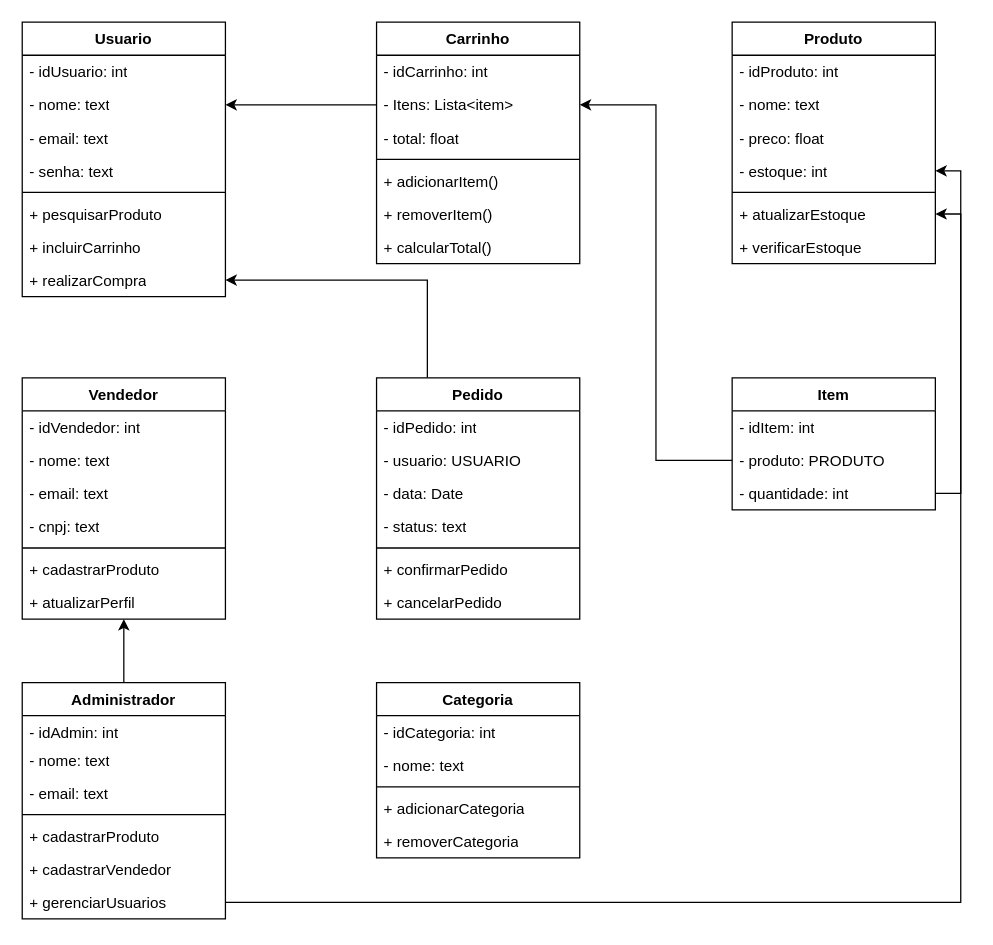
The draw.io diagram ESS_Ativ2.drawio in Leopoldofca/Unyleya_1Sem, before the edit. Source tidied: cells renumbered, new cells numbered last; positions are measured from the earlier drawing's top-left corner, leaving out a move shared by most shapes. Both pictures are drawn from the tidied source at 127%, with x=0, y=0 at pixel (22, 22).
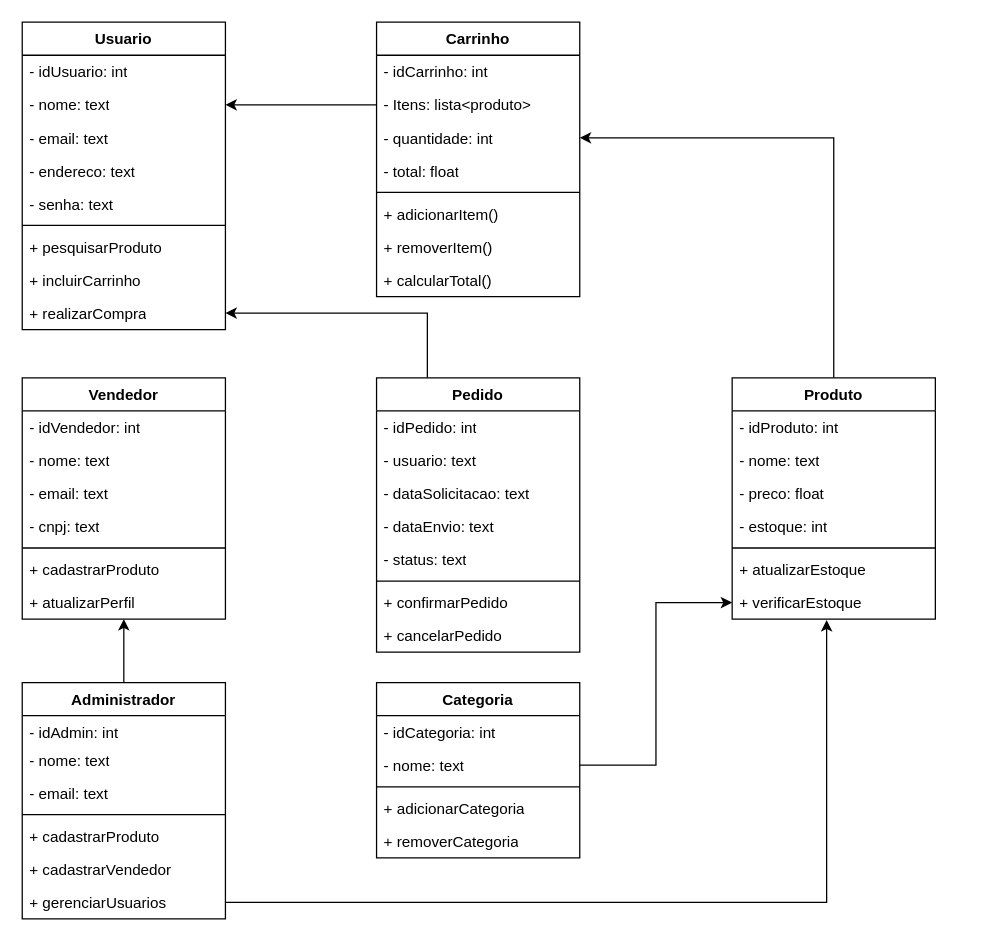
The same diagram, later.

Unchanged cells that the change refers to:
```xml
<mxCell id="23" value="- estoque: int" style="text;strokeColor=none;fillColor=none;align=left;verticalAlign=top;spacingLeft=4;spacingRight=4;overflow=hidden;points=[[0,0.5],[1,0.5]];portConstraint=eastwest;whiteSpace=wrap;html=1;" parent="19" vertex="1">
  <mxGeometry y="104" width="160" height="26" as="geometry" />
</mxCell>
<mxCell id="25" value="+ atualizarEstoque" style="text;strokeColor=none;fillColor=none;align=left;verticalAlign=top;spacingLeft=4;spacingRight=4;overflow=hidden;points=[[0,0.5],[1,0.5]];portConstraint=eastwest;whiteSpace=wrap;html=1;" parent="19" vertex="1">
  <mxGeometry y="138" width="160" height="26" as="geometry" />
</mxCell>
<mxCell id="26" value="+ verificarEstoque" style="text;strokeColor=none;fillColor=none;align=left;verticalAlign=top;spacingLeft=4;spacingRight=4;overflow=hidden;points=[[0,0.5],[1,0.5]];portConstraint=eastwest;whiteSpace=wrap;html=1;" parent="19" vertex="1">
  <mxGeometry y="164" width="160" height="26" as="geometry" />
</mxCell>
<mxCell id="56" value="+ gerenciarUsuarios" style="text;strokeColor=none;fillColor=none;align=left;verticalAlign=top;spacingLeft=4;spacingRight=4;overflow=hidden;points=[[0,0.5],[1,0.5]];portConstraint=eastwest;whiteSpace=wrap;html=1;" parent="49" vertex="1">
  <mxGeometry y="160" width="160" height="26" as="geometry" />
</mxCell>
<mxCell id="59" value="- nome: text" style="text;strokeColor=none;fillColor=none;align=left;verticalAlign=top;spacingLeft=4;spacingRight=4;overflow=hidden;points=[[0,0.5],[1,0.5]];portConstraint=eastwest;whiteSpace=wrap;html=1;" parent="57" vertex="1">
  <mxGeometry y="52" width="160" height="26" as="geometry" />
</mxCell>
```

The edit, as a diff of the source:
```diff
@@
     <mxCell id="2" value="Usuario" style="swimlane;fontStyle=1;align=center;verticalAlign=top;horizontal=1;startSize=26;whiteSpace=wrap;html=1;" parent="1" vertex="1">
-      <mxGeometry width="160" height="216" as="geometry" />
+      <mxGeometry width="160" height="242" as="geometry" />
     </mxCell>
@@
+    <mxCell id="67" value="- email: text" style="text;strokeColor=none;fillColor=none;align=left;verticalAlign=top;spacingLeft=4;spacingRight=4;overflow=hidden;whiteSpace=wrap;html=1;" parent="2" vertex="1">
+      <mxGeometry y="78" width="160" height="26" as="geometry" />
+    </mxCell>
-    <mxCell id="5" value="- email: text" style="text;strokeColor=none;fillColor=none;align=left;verticalAlign=top;spacingLeft=4;spacingRight=4;overflow=hidden;whiteSpace=wrap;html=1;" parent="2" vertex="1">
-      <mxGeometry y="78" width="160" height="26" as="geometry" />
+    <mxCell id="5" value="- endereco: text" style="text;strokeColor=none;fillColor=none;align=left;verticalAlign=top;spacingLeft=4;spacingRight=4;overflow=hidden;whiteSpace=wrap;html=1;" parent="2" vertex="1">
+      <mxGeometry y="104" width="160" height="26" as="geometry" />
     </mxCell>
     <mxCell id="6" value="- senha: text" style="text;strokeColor=none;fillColor=none;align=left;verticalAlign=top;spacingLeft=4;spacingRight=4;overflow=hidden;whiteSpace=wrap;html=1;" parent="2" vertex="1">
-      <mxGeometry y="104" width="160" height="26" as="geometry" />
+      <mxGeometry y="130" width="160" height="26" as="geometry" />
     </mxCell>
     <mxCell id="7" style="line;strokeWidth=1;fillColor=none;align=left;verticalAlign=middle;spacingTop=-1;spacingLeft=3;spacingRight=3;labelPosition=right;strokeColor=inherit;" parent="2" vertex="1">
-      <mxGeometry y="130" width="160" height="8" as="geometry" />
+      <mxGeometry y="156" width="160" height="8" as="geometry" />
     </mxCell>
     <mxCell id="8" value="+ pesquisarProduto" style="text;strokeColor=none;fillColor=none;align=left;verticalAlign=top;spacingLeft=4;spacingRight=4;overflow=hidden;whiteSpace=wrap;html=1;" parent="2" vertex="1">
-      <mxGeometry y="138" width="160" height="26" as="geometry" />
+      <mxGeometry y="164" width="160" height="26" as="geometry" />
     </mxCell>
     <mxCell id="9" value="+ incluirCarrinho" style="text;strokeColor=none;fillColor=none;align=left;verticalAlign=top;spacingLeft=4;spacingRight=4;overflow=hidden;whiteSpace=wrap;html=1;" parent="2" vertex="1">
-      <mxGeometry y="164" width="160" height="26" as="geometry" />
+      <mxGeometry y="190" width="160" height="26" as="geometry" />
     </mxCell>
     <mxCell id="10" value="+ realizarCompra" style="text;strokeColor=none;fillColor=none;align=left;verticalAlign=top;spacingLeft=4;spacingRight=4;overflow=hidden;points=[[0,0.5],[1,0.5]];portConstraint=eastwest;whiteSpace=wrap;html=1;" parent="2" vertex="1">
-      <mxGeometry y="190" width="160" height="26" as="geometry" />
+      <mxGeometry y="216" width="160" height="26" as="geometry" />
     </mxCell>
     <mxCell id="11" value="Carrinho" style="swimlane;fontStyle=1;align=center;verticalAlign=top;horizontal=1;startSize=26;whiteSpace=wrap;html=1;" parent="1" vertex="1">
-      <mxGeometry x="279" width="160" height="190" as="geometry" />
+      <mxGeometry x="279" width="160" height="216" as="geometry" />
     </mxCell>
@@
-    <mxCell id="13" value="- Itens: Lista&amp;lt;item&amp;gt;" style="text;strokeColor=none;fillColor=none;align=left;verticalAlign=top;spacingLeft=4;spacingRight=4;overflow=hidden;points=[[0,0.5],[1,0.5]];portConstraint=eastwest;whiteSpace=wrap;html=1;" parent="11" vertex="1">
+    <mxCell id="13" value="- Itens: lista&amp;lt;produto&amp;gt;" style="text;strokeColor=none;fillColor=none;align=left;verticalAlign=top;spacingLeft=4;spacingRight=4;overflow=hidden;points=[[0,0.5],[1,0.5]];portConstraint=eastwest;whiteSpace=wrap;html=1;" parent="11" vertex="1">
       <mxGeometry y="52" width="160" height="26" as="geometry" />
     </mxCell>
+    <mxCell id="38" value="- quantidade: int" style="text;strokeColor=none;fillColor=none;align=left;verticalAlign=top;spacingLeft=4;spacingRight=4;overflow=hidden;points=[[0,0.5],[1,0.5]];portConstraint=eastwest;whiteSpace=wrap;html=1;" parent="11" vertex="1">
+      <mxGeometry y="78" width="160" height="26" as="geometry" />
+    </mxCell>
     <mxCell id="14" value="- total: float" style="text;strokeColor=none;fillColor=none;align=left;verticalAlign=top;spacingLeft=4;spacingRight=4;overflow=hidden;whiteSpace=wrap;html=1;" parent="11" vertex="1">
-      <mxGeometry y="78" width="160" height="26" as="geometry" />
+      <mxGeometry y="104" width="160" height="26" as="geometry" />
     </mxCell>
     <mxCell id="15" style="line;strokeWidth=1;fillColor=none;align=left;verticalAlign=middle;spacingTop=-1;spacingLeft=3;spacingRight=3;labelPosition=right;strokeColor=inherit;" parent="11" vertex="1">
-      <mxGeometry y="104" width="160" height="8" as="geometry" />
+      <mxGeometry y="130" width="160" height="8" as="geometry" />
     </mxCell>
     <mxCell id="16" value="+ adicionarItem()" style="text;strokeColor=none;fillColor=none;align=left;verticalAlign=top;spacingLeft=4;spacingRight=4;overflow=hidden;whiteSpace=wrap;html=1;" parent="11" vertex="1">
-      <mxGeometry y="112" width="160" height="26" as="geometry" />
+      <mxGeometry y="138" width="160" height="26" as="geometry" />
     </mxCell>
     <mxCell id="17" value="+ removerItem()" style="text;strokeColor=none;fillColor=none;align=left;verticalAlign=top;spacingLeft=4;spacingRight=4;overflow=hidden;whiteSpace=wrap;html=1;" parent="11" vertex="1">
-      <mxGeometry y="138" width="160" height="26" as="geometry" />
+      <mxGeometry y="164" width="160" height="26" as="geometry" />
     </mxCell>
     <mxCell id="18" value="+ calcularTotal()" style="text;strokeColor=none;fillColor=none;align=left;verticalAlign=top;spacingLeft=4;spacingRight=4;overflow=hidden;whiteSpace=wrap;html=1;" parent="11" vertex="1">
-      <mxGeometry y="164" width="160" height="26" as="geometry" />
+      <mxGeometry y="190" width="160" height="26" as="geometry" />
     </mxCell>
     <mxCell id="19" value="Produto" style="swimlane;fontStyle=1;align=center;verticalAlign=top;horizontal=1;startSize=26;whiteSpace=wrap;html=1;" parent="1" vertex="1">
-      <mxGeometry x="559" width="160" height="190" as="geometry" />
+      <mxGeometry x="559" y="280" width="160" height="190" as="geometry" />
     </mxCell>
@@
-    <mxCell id="35" value="Item" style="swimlane;fontStyle=1;align=center;verticalAlign=top;horizontal=1;startSize=26;whiteSpace=wrap;html=1;" parent="1" vertex="1">
-      <mxGeometry x="559" y="280" width="160" height="104" as="geometry" />
-    </mxCell>
-    <mxCell id="36" value="- idItem: int" style="text;strokeColor=none;fillColor=none;align=left;verticalAlign=top;spacingLeft=4;spacingRight=4;overflow=hidden;whiteSpace=wrap;html=1;" parent="35" vertex="1">
-      <mxGeometry y="26" width="160" height="26" as="geometry" />
-    </mxCell>
-    <mxCell id="37" value="- produto: PRODUTO" style="text;strokeColor=none;fillColor=none;align=left;verticalAlign=top;spacingLeft=4;spacingRight=4;overflow=hidden;points=[[0,0.5],[1,0.5]];portConstraint=eastwest;whiteSpace=wrap;html=1;" parent="35" vertex="1">
-      <mxGeometry y="52" width="160" height="26" as="geometry" />
-    </mxCell>
-    <mxCell id="38" value="- quantidade: int" style="text;strokeColor=none;fillColor=none;align=left;verticalAlign=top;spacingLeft=4;spacingRight=4;overflow=hidden;points=[[0,0.5],[1,0.5]];portConstraint=eastwest;whiteSpace=wrap;html=1;" parent="35" vertex="1">
-      <mxGeometry y="78" width="160" height="26" as="geometry" />
-    </mxCell>
@@
     <mxCell id="40" value="Pedido" style="swimlane;fontStyle=1;align=center;verticalAlign=top;horizontal=1;startSize=26;whiteSpace=wrap;html=1;" parent="1" vertex="1">
-      <mxGeometry x="279" y="280" width="160" height="190" as="geometry" />
+      <mxGeometry x="279" y="280" width="160" height="216" as="geometry" />
     </mxCell>
@@
-    <mxCell id="42" value="- usuario: USUARIO" style="text;strokeColor=none;fillColor=none;align=left;verticalAlign=top;spacingLeft=4;spacingRight=4;overflow=hidden;whiteSpace=wrap;html=1;" parent="40" vertex="1">
+    <mxCell id="42" value="- usuario: text" style="text;strokeColor=none;fillColor=none;align=left;verticalAlign=top;spacingLeft=4;spacingRight=4;overflow=hidden;whiteSpace=wrap;html=1;" parent="40" vertex="1">
       <mxGeometry y="52" width="160" height="26" as="geometry" />
     </mxCell>
-    <mxCell id="43" value="- data: Date" style="text;strokeColor=none;fillColor=none;align=left;verticalAlign=top;spacingLeft=4;spacingRight=4;overflow=hidden;whiteSpace=wrap;html=1;" parent="40" vertex="1">
+    <mxCell id="43" value="- dataSolicitacao: text" style="text;strokeColor=none;fillColor=none;align=left;verticalAlign=top;spacingLeft=4;spacingRight=4;overflow=hidden;whiteSpace=wrap;html=1;" parent="40" vertex="1">
       <mxGeometry y="78" width="160" height="26" as="geometry" />
     </mxCell>
+    <mxCell id="68" value="- dataEnvio: text" style="text;strokeColor=none;fillColor=none;align=left;verticalAlign=top;spacingLeft=4;spacingRight=4;overflow=hidden;whiteSpace=wrap;html=1;" parent="40" vertex="1">
+      <mxGeometry y="104" width="160" height="26" as="geometry" />
+    </mxCell>
     <mxCell id="44" value="- status: text" style="text;strokeColor=none;fillColor=none;align=left;verticalAlign=top;spacingLeft=4;spacingRight=4;overflow=hidden;whiteSpace=wrap;html=1;" parent="40" vertex="1">
-      <mxGeometry y="104" width="160" height="26" as="geometry" />
+      <mxGeometry y="130" width="160" height="26" as="geometry" />
     </mxCell>
     <mxCell id="45" style="line;strokeWidth=1;fillColor=none;align=left;verticalAlign=middle;spacingTop=-1;spacingLeft=3;spacingRight=3;labelPosition=right;strokeColor=inherit;" parent="40" vertex="1">
-      <mxGeometry y="130" width="160" height="8" as="geometry" />
+      <mxGeometry y="156" width="160" height="8" as="geometry" />
     </mxCell>
     <mxCell id="46" value="+ confirmarPedido" style="text;strokeColor=none;fillColor=none;align=left;verticalAlign=top;spacingLeft=4;spacingRight=4;overflow=hidden;whiteSpace=wrap;html=1;" parent="40" vertex="1">
-      <mxGeometry y="138" width="160" height="26" as="geometry" />
+      <mxGeometry y="164" width="160" height="26" as="geometry" />
     </mxCell>
     <mxCell id="47" value="+ cancelarPedido" style="text;strokeColor=none;fillColor=none;align=left;verticalAlign=top;spacingLeft=4;spacingRight=4;overflow=hidden;whiteSpace=wrap;html=1;" parent="40" vertex="1">
-      <mxGeometry y="164" width="160" height="26" as="geometry" />
+      <mxGeometry y="190" width="160" height="26" as="geometry" />
     </mxCell>
@@
-    <mxCell id="64" style="edgeStyle=orthogonalEdgeStyle;rounded=0;jettySize=auto;html=1;exitX=0;exitY=0.5;exitDx=0;exitDy=0;entryX=1;entryY=0.5;entryDx=0;entryDy=0;" parent="1" edge="1" source="37" target="13">
-      <mxGeometry relative="1" as="geometry" />
-    </mxCell>
-    <mxCell id="65" style="edgeStyle=orthogonalEdgeStyle;rounded=0;jettySize=auto;html=1;exitX=1;exitY=0.5;exitDx=0;exitDy=0;entryX=1;entryY=0.5;entryDx=0;entryDy=0;" parent="1" edge="1" source="56" target="23">
+    <mxCell id="65" style="edgeStyle=orthogonalEdgeStyle;rounded=0;jettySize=auto;html=1;exitX=1;exitY=0.5;exitDx=0;exitDy=0;entryX=0.465;entryY=1.027;entryDx=0;entryDy=0;entryPerimeter=0;" parent="1" edge="1" source="56" target="26">
       <mxGeometry relative="1" as="geometry" />
     </mxCell>
-    <mxCell id="66" style="edgeStyle=orthogonalEdgeStyle;rounded=0;jettySize=auto;html=1;exitX=1;exitY=0.5;exitDx=0;exitDy=0;entryX=1;entryY=0.5;entryDx=0;entryDy=0;" parent="1" edge="1" source="38" target="25">
-      <mxGeometry relative="1" as="geometry" />
-    </mxCell>
+    <mxCell id="69" style="edgeStyle=orthogonalEdgeStyle;rounded=0;jettySize=auto;html=1;exitX=0.5;exitY=0;exitDx=0;exitDy=0;entryX=1;entryY=0.5;entryDx=0;entryDy=0;" parent="1" edge="1" source="19" target="38">
+      <mxGeometry relative="1" as="geometry" />
+    </mxCell>
+    <mxCell id="70" style="edgeStyle=orthogonalEdgeStyle;rounded=0;jettySize=auto;html=1;exitX=1;exitY=0.5;exitDx=0;exitDy=0;entryX=0;entryY=0.5;entryDx=0;entryDy=0;" parent="1" edge="1" source="59" target="26">
+      <mxGeometry relative="1" as="geometry" />
+    </mxCell>
```
